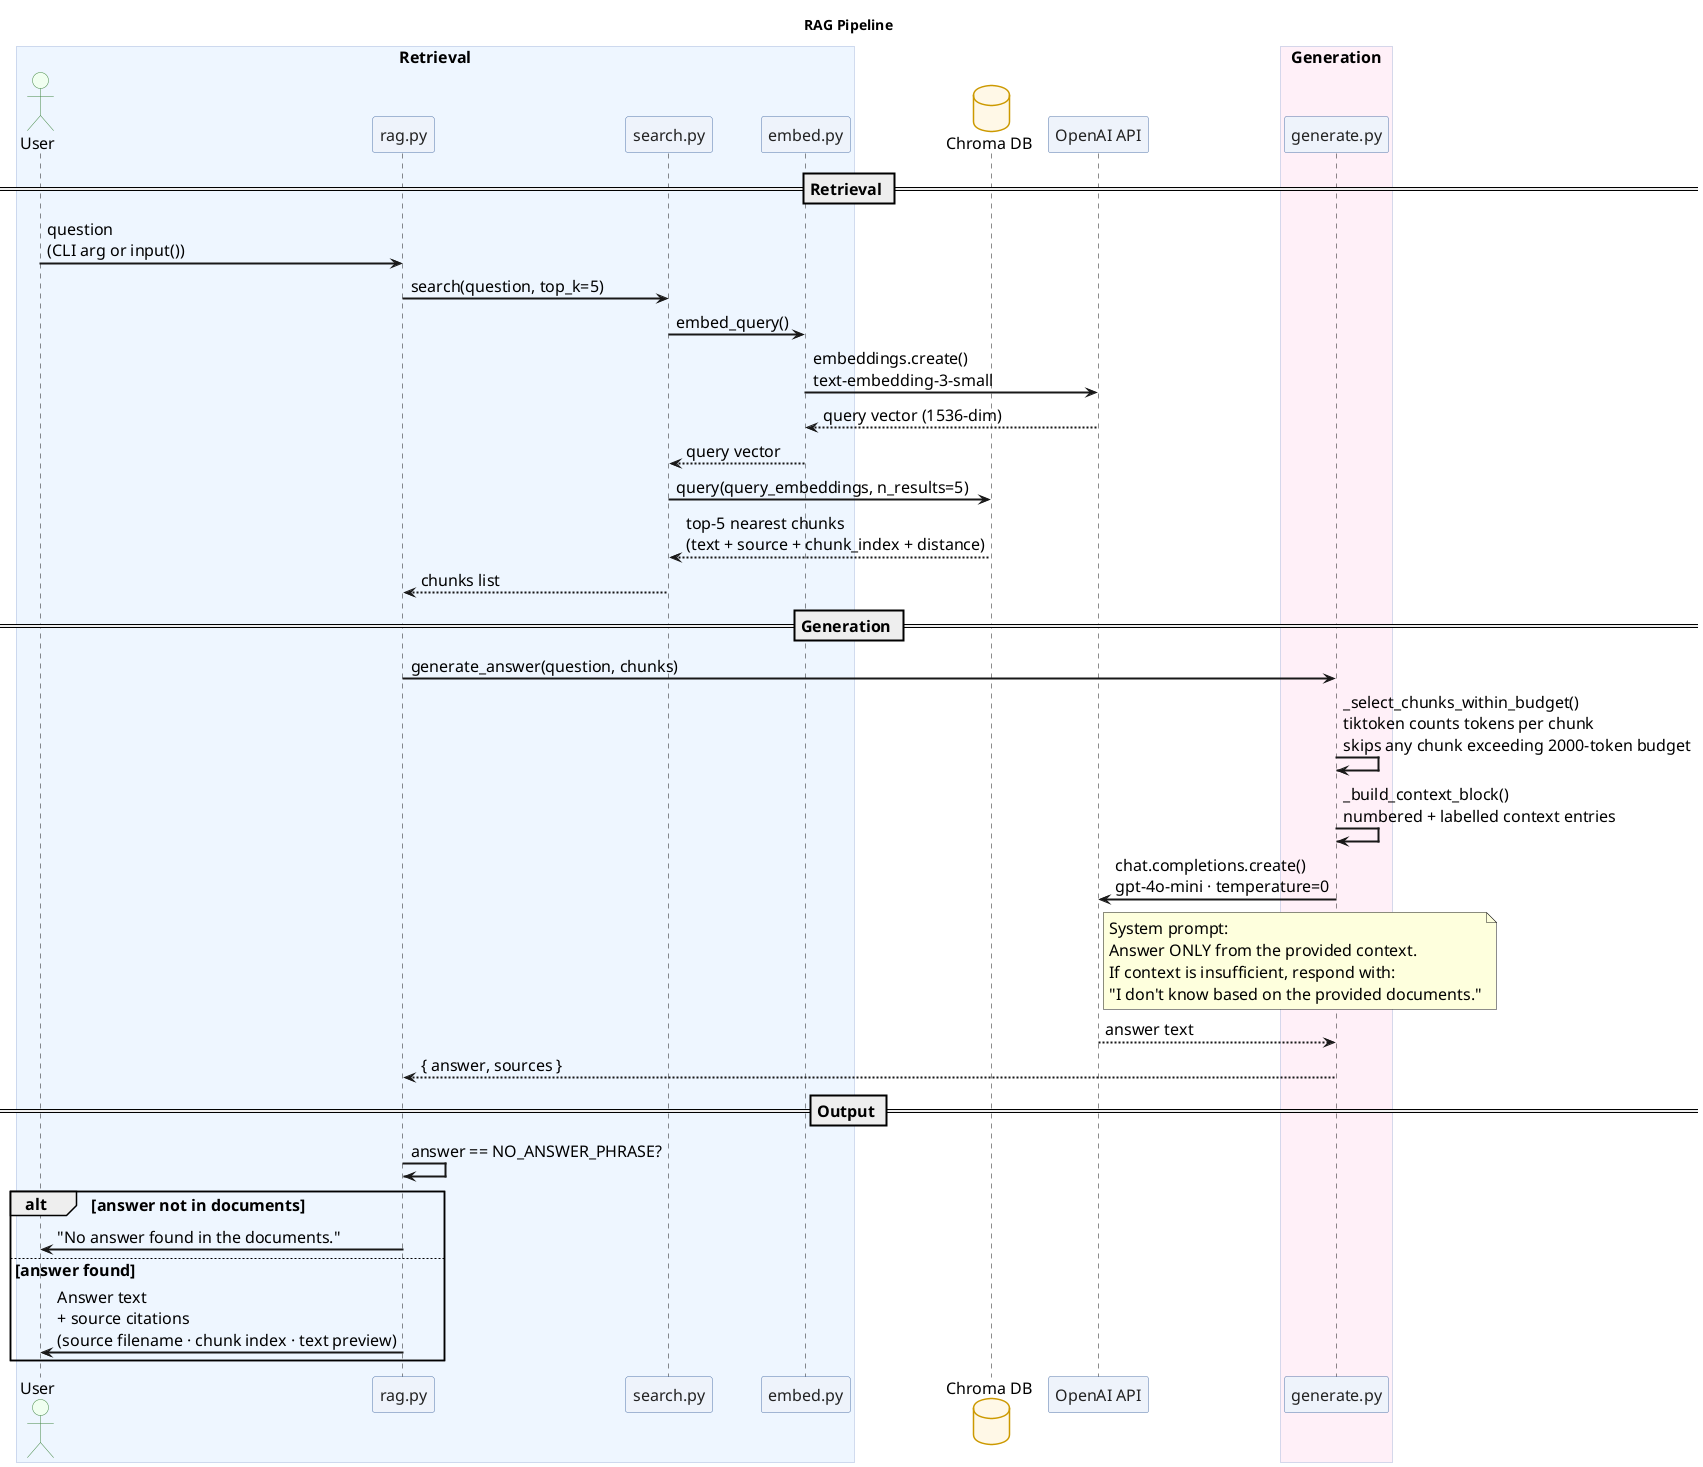
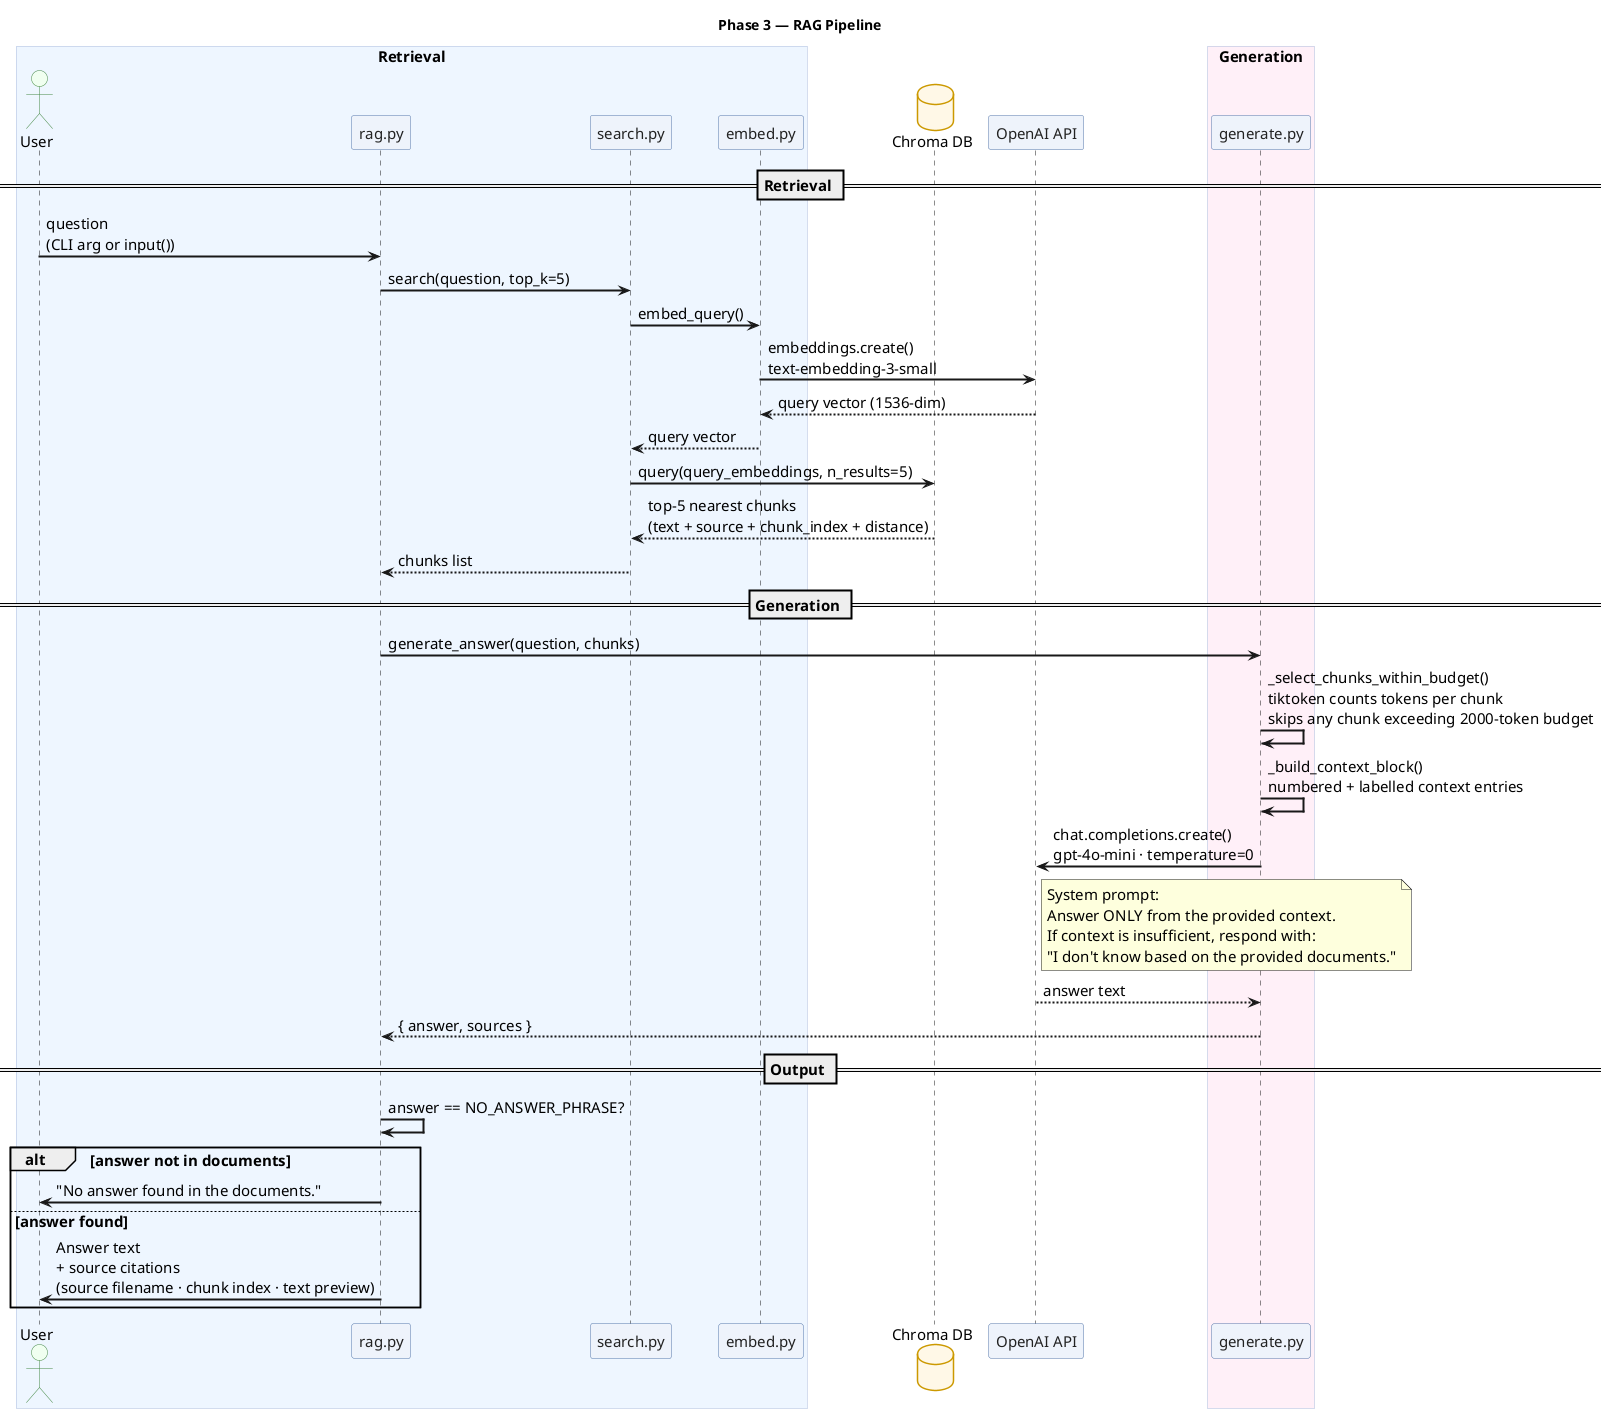
@startuml pipeline-rag

skinparam backgroundColor #FFFFFF
skinparam defaultFontName Arial
- skinparam defaultFontSize 16
+ skinparam defaultFontSize 15
skinparam sequenceArrowThickness 2
skinparam SequenceBoxBackgroundColor #F8F9FF
skinparam SequenceBoxBorderColor #AABBDD
skinparam ParticipantBackgroundColor #EEF3FB
skinparam ParticipantBorderColor #5577AA
skinparam ParticipantFontColor #222222
skinparam DatabaseBackgroundColor #FFF8E7
skinparam DatabaseBorderColor #CC9900
skinparam ActorBackgroundColor #F0FFF0
skinparam ActorBorderColor #448844

- title RAG Pipeline
+ title Phase 3 — RAG Pipeline

box "Retrieval" #EEF6FF
  actor "User" as user
  participant "rag.py" as rag
  participant "search.py" as search
  participant "embed.py" as embed
end box

database "Chroma DB" as chroma
participant "OpenAI API" as openai

box "Generation" #FFF0F8
  participant "generate.py" as generate
end box

== Retrieval ==

user -> rag : question\n(CLI arg or input())
rag -> search : search(question, top_k=5)
search -> embed : embed_query()
embed -> openai : embeddings.create()\ntext-embedding-3-small
openai --> embed : query vector (1536-dim)
embed --> search : query vector
search -> chroma : query(query_embeddings, n_results=5)
chroma --> search : top-5 nearest chunks\n(text + source + chunk_index + distance)
search --> rag : chunks list

== Generation ==

rag -> generate : generate_answer(question, chunks)
generate -> generate : _select_chunks_within_budget()\ntiktoken counts tokens per chunk\nskips any chunk exceeding 2000-token budget
generate -> generate : _build_context_block()\nnumbered + labelled context entries
generate -> openai : chat.completions.create()\ngpt-4o-mini · temperature=0
note right of openai
  System prompt:
  Answer ONLY from the provided context.
  If context is insufficient, respond with:
  "I don't know based on the provided documents."
end note
openai --> generate : answer text
generate --> rag : { answer, sources }

== Output ==

rag -> rag : answer == NO_ANSWER_PHRASE?
alt answer not in documents
  rag -> user : "No answer found in the documents."
else answer found
  rag -> user : Answer text\n+ source citations\n(source filename · chunk index · text preview)
end

' end
@enduml
